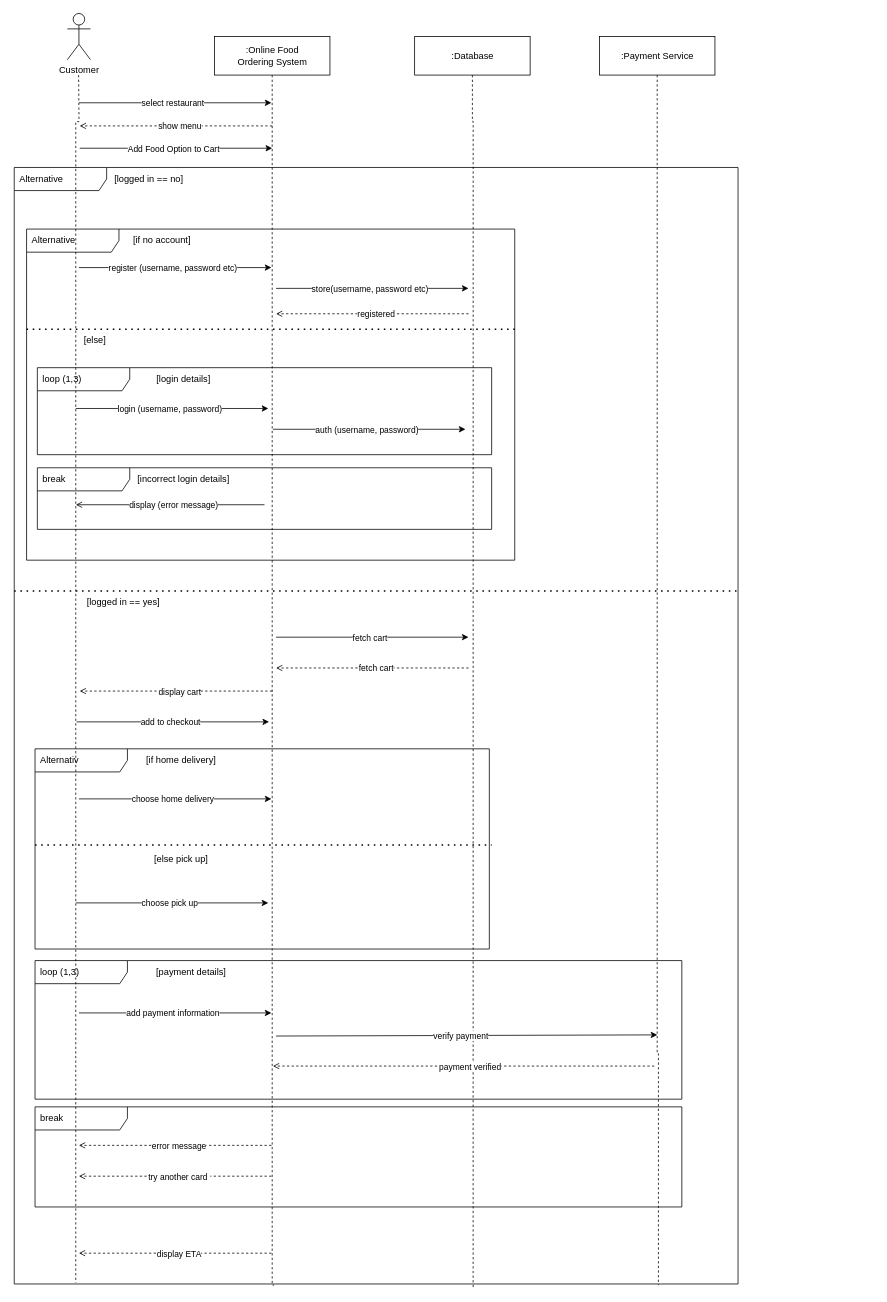
Above: page "Sequence diagram" (4 of 5) of Project work Modellering.drawio in timhallberg/projectworkModellering (draw.io), before the change. Source tidied: cells renumbered, new cells numbered last; positions are measured from the earlier drawing's top-left corner, leaving out a move shared by most shapes. Both pictures are drawn from the tidied source at 77%, with x=0, y=0 at pixel (14, 13).
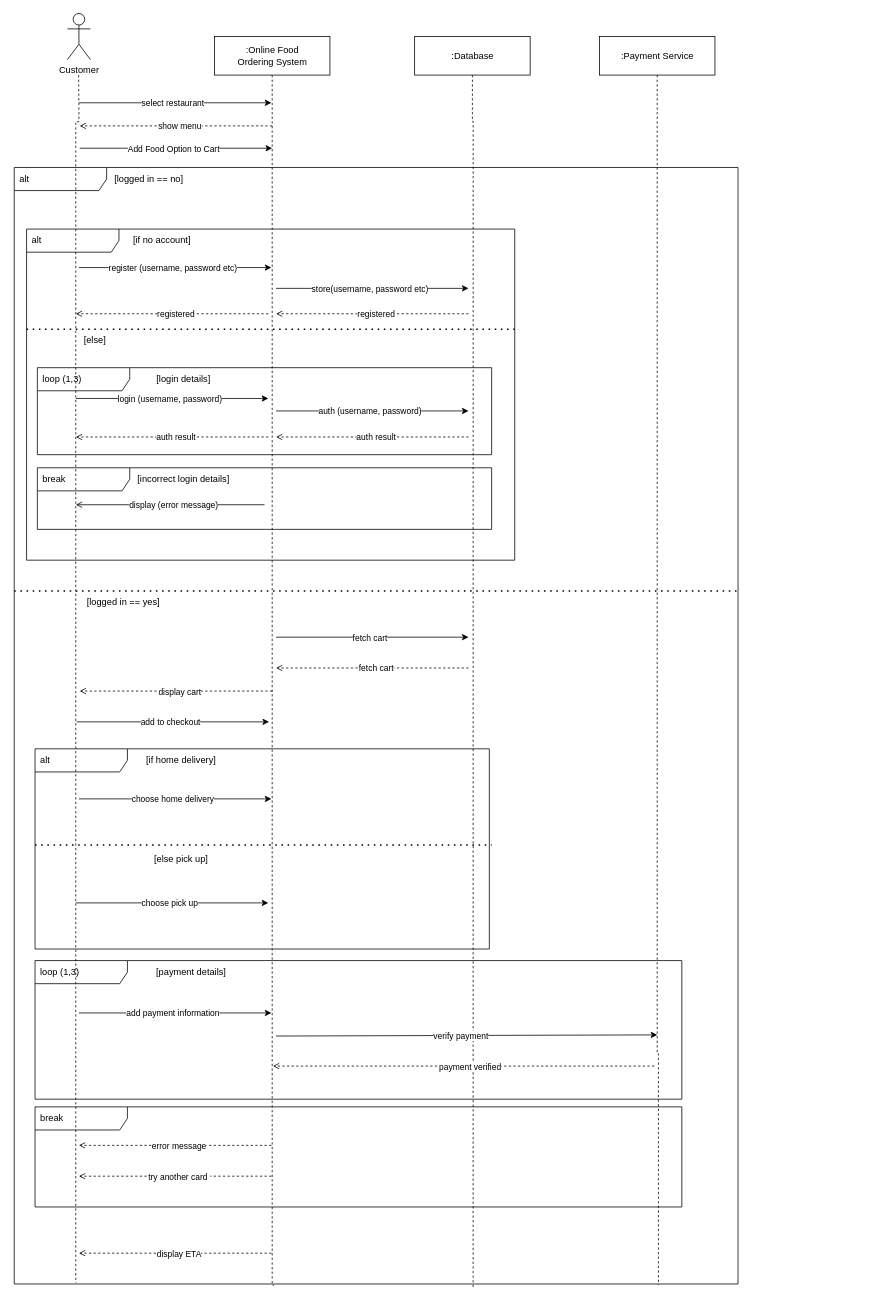
The same diagram, later.

The change refers to these unchanged cells:
```xml
<mxCell id="24" style="group;" parent="1" vertex="1">
  <mxGeometry x="27" y="910" width="1090" height="640" as="geometry" />
</mxCell>
```

Diff of the diagram source:
```diff
@@
-    <mxCell id="2" value="Alternative" style="shape=umlFrame;whiteSpace=wrap;html=1;width=120;height=30;boundedLbl=1;verticalAlign=middle;align=left;spacingLeft=5;" parent="1" vertex="1">
+    <mxCell id="2" value="alt" style="shape=umlFrame;whiteSpace=wrap;html=1;width=120;height=30;boundedLbl=1;verticalAlign=middle;align=left;spacingLeft=5;" parent="1" vertex="1">
       <mxGeometry y="200" width="940" height="1450" as="geometry" />
     </mxCell>
-    <mxCell id="3" value="Alternative" style="shape=umlFrame;whiteSpace=wrap;html=1;width=120;height=30;boundedLbl=1;verticalAlign=middle;align=left;spacingLeft=5;" parent="1" vertex="1">
+    <mxCell id="3" value="alt" style="shape=umlFrame;whiteSpace=wrap;html=1;width=120;height=30;boundedLbl=1;verticalAlign=middle;align=left;spacingLeft=5;" parent="1" vertex="1">
       <mxGeometry x="16" y="280" width="634" height="430" as="geometry" />
     </mxCell>
@@
     <mxCell id="11" style="endArrow=classic;html=1;rounded=0;" parent="1" edge="1">
       <mxGeometry relative="1" as="geometry">
-        <mxPoint x="80" y="513" as="sourcePoint" />
-        <mxPoint x="330" y="513" as="targetPoint" />
+        <mxPoint x="80" y="500" as="sourcePoint" />
+        <mxPoint x="330" y="500" as="targetPoint" />
       </mxGeometry>
     </mxCell>
@@
-    <mxCell id="25" value="Alternativ" style="shape=umlFrame;whiteSpace=wrap;html=1;width=120;height=30;boundedLbl=1;verticalAlign=middle;align=left;spacingLeft=5;" parent="24" vertex="1">
+    <mxCell id="25" value="alt" style="shape=umlFrame;whiteSpace=wrap;html=1;width=120;height=30;boundedLbl=1;verticalAlign=middle;align=left;spacingLeft=5;" parent="24" vertex="1">
       <mxGeometry y="45" width="590" height="260" as="geometry" />
     </mxCell>
@@
     <mxCell id="61" style="endArrow=classic;html=1;rounded=0;" parent="1" edge="1">
       <mxGeometry relative="1" as="geometry">
-        <mxPoint x="336" y="540" as="sourcePoint" />
-        <mxPoint x="586" y="540" as="targetPoint" />
+        <mxPoint x="340" y="516.2" as="sourcePoint" />
+        <mxPoint x="590" y="516.2" as="targetPoint" />
       </mxGeometry>
     </mxCell>
@@
+    <mxCell id="72" style="endArrow=open;html=1;rounded=0;entryX=0.066;entryY=0.082;entryDx=0;entryDy=0;entryPerimeter=0;dashed=1;endFill=0;" parent="1" edge="1">
+      <mxGeometry relative="1" as="geometry">
+        <mxPoint x="590" y="550" as="sourcePoint" />
+        <mxPoint x="340" y="550" as="targetPoint" />
+      </mxGeometry>
+    </mxCell>
+    <mxCell id="73" value="auth result" style="edgeLabel;html=1;align=center;verticalAlign=middle;" parent="72" vertex="1">
+      <mxGeometry x="-0.03" relative="1" as="geometry" />
+    </mxCell>
+    <mxCell id="74" style="endArrow=open;html=1;rounded=0;entryX=0.066;entryY=0.082;entryDx=0;entryDy=0;entryPerimeter=0;dashed=1;endFill=0;" parent="1" edge="1">
+      <mxGeometry relative="1" as="geometry">
+        <mxPoint x="330" y="550" as="sourcePoint" />
+        <mxPoint x="80" y="550" as="targetPoint" />
+      </mxGeometry>
+    </mxCell>
+    <mxCell id="75" value="auth result" style="edgeLabel;html=1;align=center;verticalAlign=middle;" parent="74" vertex="1">
+      <mxGeometry x="-0.03" relative="1" as="geometry" />
+    </mxCell>
+    <mxCell id="76" style="endArrow=open;html=1;rounded=0;entryX=0.066;entryY=0.082;entryDx=0;entryDy=0;entryPerimeter=0;dashed=1;endFill=0;" parent="1" edge="1">
+      <mxGeometry relative="1" as="geometry">
+        <mxPoint x="330" y="390" as="sourcePoint" />
+        <mxPoint x="80" y="390" as="targetPoint" />
+      </mxGeometry>
+    </mxCell>
+    <mxCell id="77" value="registered" style="edgeLabel;html=1;align=center;verticalAlign=middle;" parent="76" vertex="1">
+      <mxGeometry x="-0.03" relative="1" as="geometry" />
+    </mxCell>
```
